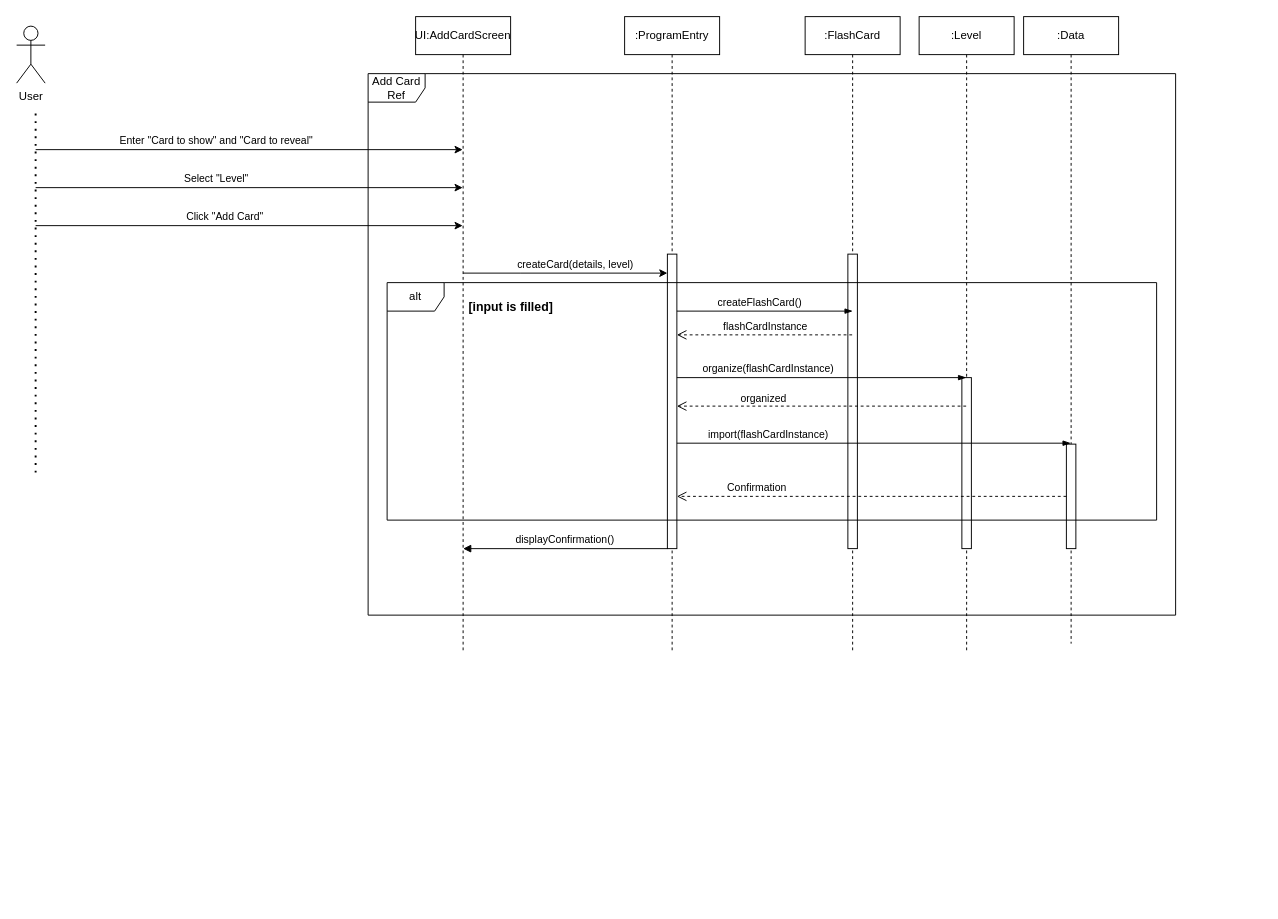
This is FlashCardSequence.drawio from wasimic311/uml, a draw.io file, before an edit. Source tidied: cells renumbered, new cells numbered last; positions are measured from the earlier drawing's top-left corner, leaving out a move shared by most shapes. Both pictures are drawn from the tidied source at 95%, with x=0, y=0 at pixel (16, 16).
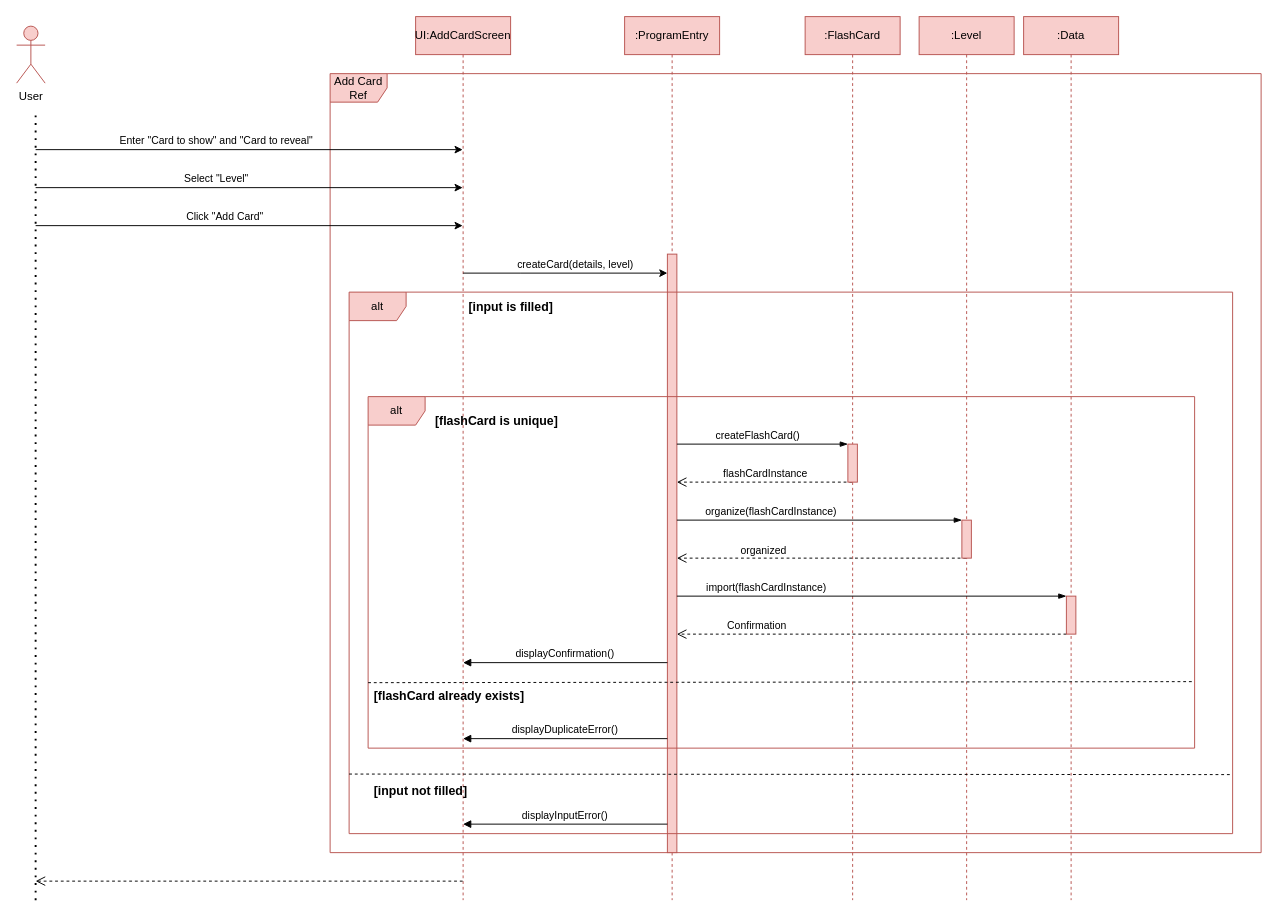
Above is the later version.

What changed in the source:
```diff
@@
-    <mxCell id="2" value="UI:AddCardScreen" style="shape=umlLifeline;perimeter=lifelinePerimeter;whiteSpace=wrap;html=1;outlineConnect=0;portConstraint=eastwest;newEdgeStyle={&quot;edgeStyle&quot;:&quot;elbowEdgeStyle&quot;,&quot;elbow&quot;:&quot;vertical&quot;,&quot;curved&quot;:0,&quot;rounded&quot;:0};" parent="1" vertex="1">
-      <mxGeometry x="420" width="100" height="670" as="geometry" />
+    <mxCell id="2" value="UI:AddCardScreen" style="shape=umlLifeline;perimeter=lifelinePerimeter;whiteSpace=wrap;html=1;outlineConnect=0;portConstraint=eastwest;newEdgeStyle={&quot;edgeStyle&quot;:&quot;elbowEdgeStyle&quot;,&quot;elbow&quot;:&quot;vertical&quot;,&quot;curved&quot;:0,&quot;rounded&quot;:0};fillColor=#f8cecc;strokeColor=#b85450;" parent="1" vertex="1">
+      <mxGeometry x="420" width="100" height="930" as="geometry" />
     </mxCell>
-    <mxCell id="3" value=":ProgramEntry" style="shape=umlLifeline;perimeter=lifelinePerimeter;whiteSpace=wrap;html=1;newEdgeStyle={&quot;edgeStyle&quot;:&quot;elbowEdgeStyle&quot;,&quot;elbow&quot;:&quot;vertical&quot;,&quot;curved&quot;:0,&quot;rounded&quot;:0};" parent="1" vertex="1">
-      <mxGeometry x="640" width="100" height="670" as="geometry" />
+    <mxCell id="3" value=":ProgramEntry" style="shape=umlLifeline;perimeter=lifelinePerimeter;whiteSpace=wrap;html=1;newEdgeStyle={&quot;edgeStyle&quot;:&quot;elbowEdgeStyle&quot;,&quot;elbow&quot;:&quot;vertical&quot;,&quot;curved&quot;:0,&quot;rounded&quot;:0};fillColor=#f8cecc;strokeColor=#b85450;" parent="1" vertex="1">
+      <mxGeometry x="640" width="100" height="930" as="geometry" />
     </mxCell>
-    <mxCell id="4" value="Add Card Ref" style="shape=umlFrame;whiteSpace=wrap;html=1;" parent="1" vertex="1">
-      <mxGeometry x="370" y="60" width="850" height="570" as="geometry" />
+    <mxCell id="4" value="Add Card Ref" style="shape=umlFrame;whiteSpace=wrap;html=1;fillColor=#f8cecc;strokeColor=#b85450;" parent="1" vertex="1">
+      <mxGeometry x="330" y="60" width="980" height="820" as="geometry" />
     </mxCell>
-    <mxCell id="5" value=":FlashCard" style="shape=umlLifeline;perimeter=lifelinePerimeter;whiteSpace=wrap;html=1;outlineConnect=0;portConstraint=eastwest;newEdgeStyle={&quot;curved&quot;:0,&quot;rounded&quot;:0};" parent="1" vertex="1">
-      <mxGeometry x="830" width="100" height="670" as="geometry" />
+    <mxCell id="5" value=":FlashCard" style="shape=umlLifeline;perimeter=lifelinePerimeter;whiteSpace=wrap;html=1;outlineConnect=0;portConstraint=eastwest;newEdgeStyle={&quot;curved&quot;:0,&quot;rounded&quot;:0};fillColor=#f8cecc;strokeColor=#b85450;" parent="1" vertex="1">
+      <mxGeometry x="830" width="100" height="930" as="geometry" />
     </mxCell>
-    <mxCell id="6" style="html=1;perimeter=orthogonalPerimeter;targetShapes=umlLifeline;newEdgeStyle={&quot;curved&quot;:0,&quot;rounded&quot;:0};" parent="5" vertex="1">
-      <mxGeometry x="45" y="250" width="10" height="310" as="geometry" />
-    </mxCell>
-    <mxCell id="7" value=":Level" style="shape=umlLifeline;perimeter=lifelinePerimeter;whiteSpace=wrap;html=1;outlineConnect=0;portConstraint=eastwest;newEdgeStyle={&quot;curved&quot;:0,&quot;rounded&quot;:0};" parent="1" vertex="1">
-      <mxGeometry x="950" width="100" height="670" as="geometry" />
+    <mxCell id="7" value=":Level" style="shape=umlLifeline;perimeter=lifelinePerimeter;whiteSpace=wrap;html=1;outlineConnect=0;portConstraint=eastwest;newEdgeStyle={&quot;curved&quot;:0,&quot;rounded&quot;:0};fillColor=#f8cecc;strokeColor=#b85450;" parent="1" vertex="1">
+      <mxGeometry x="950" width="100" height="930" as="geometry" />
     </mxCell>
-    <mxCell id="8" style="html=1;perimeter=orthogonalPerimeter;targetShapes=umlLifeline;newEdgeStyle={&quot;curved&quot;:0,&quot;rounded&quot;:0};" parent="7" vertex="1">
-      <mxGeometry x="45" y="380" width="10" height="180" as="geometry" />
-    </mxCell>
-    <mxCell id="9" value=":Data" style="shape=umlLifeline;perimeter=lifelinePerimeter;whiteSpace=wrap;html=1;outlineConnect=0;portConstraint=eastwest;newEdgeStyle={&quot;curved&quot;:0,&quot;rounded&quot;:0};" parent="1" vertex="1">
-      <mxGeometry x="1060" width="100" height="660" as="geometry" />
+    <mxCell id="9" value=":Data" style="shape=umlLifeline;perimeter=lifelinePerimeter;whiteSpace=wrap;html=1;outlineConnect=0;portConstraint=eastwest;newEdgeStyle={&quot;curved&quot;:0,&quot;rounded&quot;:0};fillColor=#f8cecc;strokeColor=#b85450;" parent="1" vertex="1">
+      <mxGeometry x="1060" width="100" height="930" as="geometry" />
     </mxCell>
-    <mxCell id="10" style="html=1;points=[[0,0,0,0,5],[0,1,0,0,-5],[1,0,0,0,5],[1,1,0,0,-5]];perimeter=orthogonalPerimeter;outlineConnect=0;targetShapes=umlLifeline;portConstraint=eastwest;newEdgeStyle={&quot;curved&quot;:0,&quot;rounded&quot;:0};" parent="9" vertex="1">
-      <mxGeometry x="45" y="450" width="10" height="110" as="geometry" />
-    </mxCell>
-    <mxCell id="11" value="User" style="shape=umlActor;verticalLabelPosition=bottom;verticalAlign=top;html=1;" parent="1" vertex="1">
+    <mxCell id="11" value="User" style="shape=umlActor;verticalLabelPosition=bottom;verticalAlign=top;html=1;fillColor=#f8cecc;strokeColor=#b85450;" parent="1" vertex="1">
       <mxGeometry y="10" width="30" height="60" as="geometry" />
     </mxCell>
     <mxCell id="12" style="endArrow=none;dashed=1;html=1;dashPattern=1 3;strokeWidth=2;rounded=0;" parent="1" edge="1">
       <mxGeometry relative="1" as="geometry">
-        <mxPoint x="20" y="480" as="sourcePoint" />
+        <mxPoint x="20" y="930" as="sourcePoint" />
         <mxPoint x="20" y="100" as="targetPoint" />
       </mxGeometry>
     </mxCell>
@@
-    <mxCell id="21" style="html=1;points=[[0,0,0,0,5],[0,1,0,0,-5],[1,0,0,0,5],[1,1,0,0,-5]];perimeter=orthogonalPerimeter;outlineConnect=0;targetShapes=umlLifeline;portConstraint=eastwest;newEdgeStyle={&quot;curved&quot;:0,&quot;rounded&quot;:0};" parent="1" vertex="1">
-      <mxGeometry x="685" y="250" width="10" height="310" as="geometry" />
+    <mxCell id="21" style="html=1;points=[[0,0,0,0,5],[0,1,0,0,-5],[1,0,0,0,5],[1,1,0,0,-5]];perimeter=orthogonalPerimeter;outlineConnect=0;targetShapes=umlLifeline;portConstraint=eastwest;newEdgeStyle={&quot;curved&quot;:0,&quot;rounded&quot;:0};fillColor=#f8cecc;strokeColor=#b85450;" parent="1" vertex="1">
+      <mxGeometry x="685" y="250" width="10" height="630" as="geometry" />
     </mxCell>
-    <mxCell id="22" style="fontSize=12;html=1;endArrow=blockThin;endFill=1;rounded=0;" parent="1" edge="1">
+    <mxCell id="22" style="fontSize=12;html=1;endArrow=blockThin;endFill=1;rounded=0;" parent="1" edge="1" target="35">
       <mxGeometry relative="1" as="geometry">
-        <mxPoint x="695" y="310" as="sourcePoint" />
-        <mxPoint x="880" y="310" as="targetPoint" />
+        <mxPoint x="695" y="450" as="sourcePoint" />
       </mxGeometry>
     </mxCell>
@@
-    <mxCell id="24" value="flashCardInstance" style="html=1;verticalAlign=bottom;endArrow=open;dashed=1;endSize=8;curved=0;rounded=0;" parent="1" edge="1" source="5" target="21">
-      <mxGeometry relative="1" as="geometry" />
+    <mxCell id="24" value="flashCardInstance" style="html=1;verticalAlign=bottom;endArrow=open;dashed=1;endSize=8;curved=0;rounded=0;" parent="1" edge="1">
+      <mxGeometry relative="1" as="geometry">
+        <mxPoint x="879.5" y="490" as="sourcePoint" />
+        <mxPoint x="695" y="490" as="targetPoint" />
+      </mxGeometry>
     </mxCell>
-    <mxCell id="25" style="fontSize=12;html=1;endArrow=blockThin;endFill=1;rounded=0;exitX=0.26;exitY=0.338;exitDx=0;exitDy=0;exitPerimeter=0;" parent="1" edge="1" target="7">
+    <mxCell id="25" style="fontSize=12;html=1;endArrow=blockThin;endFill=1;rounded=0;exitX=0.26;exitY=0.338;exitDx=0;exitDy=0;exitPerimeter=0;" parent="1" edge="1" target="36">
       <mxGeometry relative="1" as="geometry">
-        <mxPoint x="695" y="380" as="sourcePoint" />
+        <mxPoint x="695" y="530" as="sourcePoint" />
       </mxGeometry>
     </mxCell>
     <mxCell id="26" value="organize(flashCardInstance)" style="edgeLabel;html=1;align=center;verticalAlign=middle;" parent="25" vertex="1">
       <mxGeometry x="-0.07" y="1" relative="1" as="geometry">
-        <mxPoint x="-47" y="-9" as="offset" />
+        <mxPoint x="-42" y="-9" as="offset" />
       </mxGeometry>
     </mxCell>
-    <mxCell id="27" value="organized" style="html=1;verticalAlign=bottom;endArrow=open;dashed=1;endSize=8;curved=0;rounded=0;" parent="1" edge="1" target="21">
+    <mxCell id="27" value="organized" style="html=1;verticalAlign=bottom;endArrow=open;dashed=1;endSize=8;curved=0;rounded=0;" parent="1" edge="1">
       <mxGeometry x="0.41" y="1" relative="1" as="geometry">
-        <mxPoint x="999.5" y="410" as="sourcePoint" />
+        <mxPoint x="999.5" y="570" as="sourcePoint" />
+        <mxPoint x="695" y="570" as="targetPoint" />
         <mxPoint x="1" as="offset" />
       </mxGeometry>
     </mxCell>
-    <mxCell id="28" style="fontSize=12;html=1;endArrow=blockThin;endFill=1;rounded=0;" parent="1" edge="1" target="9">
+    <mxCell id="28" style="fontSize=12;html=1;endArrow=blockThin;endFill=1;rounded=0;" parent="1" edge="1" target="37">
       <mxGeometry relative="1" as="geometry">
-        <mxPoint x="695" y="449" as="sourcePoint" />
+        <mxPoint x="695" y="610" as="sourcePoint" />
       </mxGeometry>
     </mxCell>
@@
-    <mxCell id="30" value="Confirmation" style="html=1;verticalAlign=bottom;endArrow=open;dashed=1;endSize=8;curved=0;rounded=0;" parent="1" edge="1" source="10" target="21">
-      <mxGeometry x="0.59" relative="1" as="geometry" />
+    <mxCell id="30" value="Confirmation" style="html=1;verticalAlign=bottom;endArrow=open;dashed=1;endSize=8;curved=0;rounded=0;" parent="1" edge="1">
+      <mxGeometry x="0.59" relative="1" as="geometry">
+        <mxPoint x="1105" y="650" as="sourcePoint" />
+        <mxPoint x="695" y="650" as="targetPoint" />
+      </mxGeometry>
     </mxCell>
     <mxCell id="31" value="displayConfirmation()" style="html=1;verticalAlign=bottom;endArrow=block;curved=0;rounded=0;" parent="1" edge="1">
       <mxGeometry relative="1" as="geometry">
-        <mxPoint x="685" y="560" as="sourcePoint" />
-        <mxPoint x="470" y="560" as="targetPoint" />
+        <mxPoint x="685" y="680" as="sourcePoint" />
+        <mxPoint x="470" y="680" as="targetPoint" />
       </mxGeometry>
     </mxCell>
-    <mxCell id="32" value="alt" style="shape=umlFrame;whiteSpace=wrap;html=1;" parent="1" vertex="1">
-      <mxGeometry x="390" y="280" width="810" height="250" as="geometry" />
+    <mxCell id="32" value="alt" style="shape=umlFrame;whiteSpace=wrap;html=1;fillColor=#f8cecc;strokeColor=#b85450;" parent="1" vertex="1">
+      <mxGeometry x="350" y="290" width="930" height="570" as="geometry" />
     </mxCell>
@@
+    <mxCell id="34" value="alt" style="shape=umlFrame;whiteSpace=wrap;html=1;fillColor=#f8cecc;strokeColor=#b85450;" parent="1" vertex="1">
+      <mxGeometry x="370" y="400" width="870" height="370" as="geometry" />
+    </mxCell>
+    <mxCell id="35" style="html=1;points=[[0,0,0,0,5],[0,1,0,0,-5],[1,0,0,0,5],[1,1,0,0,-5]];perimeter=orthogonalPerimeter;outlineConnect=0;targetShapes=umlLifeline;portConstraint=eastwest;newEdgeStyle={&quot;curved&quot;:0,&quot;rounded&quot;:0};fillColor=#f8cecc;strokeColor=#b85450;" parent="1" vertex="1">
+      <mxGeometry x="875" y="450" width="10" height="40" as="geometry" />
+    </mxCell>
+    <mxCell id="36" style="html=1;points=[[0,0,0,0,5],[0,1,0,0,-5],[1,0,0,0,5],[1,1,0,0,-5]];perimeter=orthogonalPerimeter;outlineConnect=0;targetShapes=umlLifeline;portConstraint=eastwest;newEdgeStyle={&quot;curved&quot;:0,&quot;rounded&quot;:0};fillColor=#f8cecc;strokeColor=#b85450;" parent="1" vertex="1">
+      <mxGeometry x="995" y="530" width="10" height="40" as="geometry" />
+    </mxCell>
+    <mxCell id="37" style="html=1;points=[[0,0,0,0,5],[0,1,0,0,-5],[1,0,0,0,5],[1,1,0,0,-5]];perimeter=orthogonalPerimeter;outlineConnect=0;targetShapes=umlLifeline;portConstraint=eastwest;newEdgeStyle={&quot;curved&quot;:0,&quot;rounded&quot;:0};fillColor=#f8cecc;strokeColor=#b85450;" parent="1" vertex="1">
+      <mxGeometry x="1105" y="610" width="10" height="40" as="geometry" />
+    </mxCell>
+    <mxCell id="38" value="&lt;font style=&quot;font-size: 13px;&quot;&gt;&lt;b&gt;[input not filled]&lt;/b&gt;&lt;/font&gt;" style="text;html=1;align=center;verticalAlign=middle;strokeColor=none;fillColor=none;" parent="1" vertex="1">
+      <mxGeometry x="365" y="800" width="120" height="30" as="geometry" />
+    </mxCell>
+    <mxCell id="39" style="endArrow=none;dashed=1;html=1;rounded=0;exitX=0.001;exitY=0.856;exitDx=0;exitDy=0;exitPerimeter=0;" parent="1" edge="1">
+      <mxGeometry relative="1" as="geometry">
+        <mxPoint x="370" y="701.1" as="sourcePoint" />
+        <mxPoint x="1240" y="700" as="targetPoint" />
+      </mxGeometry>
+    </mxCell>
+    <mxCell id="40" style="endArrow=none;dashed=1;html=1;rounded=0;exitX=0;exitY=0.89;exitDx=0;exitDy=0;exitPerimeter=0;entryX=1;entryY=0.891;entryDx=0;entryDy=0;entryPerimeter=0;" parent="1" edge="1" source="32" target="32">
+      <mxGeometry relative="1" as="geometry" />
+    </mxCell>
+    <mxCell id="41" value="displayDuplicateError()" style="html=1;verticalAlign=bottom;endArrow=block;curved=0;rounded=0;" parent="1" edge="1">
+      <mxGeometry relative="1" as="geometry">
+        <mxPoint x="685" y="760" as="sourcePoint" />
+        <mxPoint x="470" y="760" as="targetPoint" />
+      </mxGeometry>
+    </mxCell>
+    <mxCell id="42" value="&lt;font style=&quot;font-size: 13px;&quot;&gt;&lt;b&gt;[flashCard is unique]&lt;/b&gt;&lt;/font&gt;" style="text;html=1;align=center;verticalAlign=middle;strokeColor=none;fillColor=none;" parent="1" vertex="1">
+      <mxGeometry x="430" y="410" width="150" height="30" as="geometry" />
+    </mxCell>
+    <mxCell id="43" value="&lt;font style=&quot;font-size: 13px;&quot;&gt;&lt;b&gt;[flashCard already exists]&lt;/b&gt;&lt;/font&gt;" style="text;html=1;align=center;verticalAlign=middle;strokeColor=none;fillColor=none;" parent="1" vertex="1">
+      <mxGeometry x="365" y="700" width="180" height="30" as="geometry" />
+    </mxCell>
+    <mxCell id="44" value="displayInputError()" style="html=1;verticalAlign=bottom;endArrow=block;curved=0;rounded=0;" parent="1" edge="1">
+      <mxGeometry relative="1" as="geometry">
+        <mxPoint x="685" y="850" as="sourcePoint" />
+        <mxPoint x="470" y="850" as="targetPoint" />
+      </mxGeometry>
+    </mxCell>
+    <mxCell id="45" style="html=1;verticalAlign=bottom;endArrow=open;dashed=1;endSize=8;curved=0;rounded=0;" parent="1" edge="1" source="2">
+      <mxGeometry x="0.41" y="1" relative="1" as="geometry">
+        <mxPoint x="20" y="910" as="targetPoint" />
+        <mxPoint x="1" as="offset" />
+      </mxGeometry>
+    </mxCell>
```
